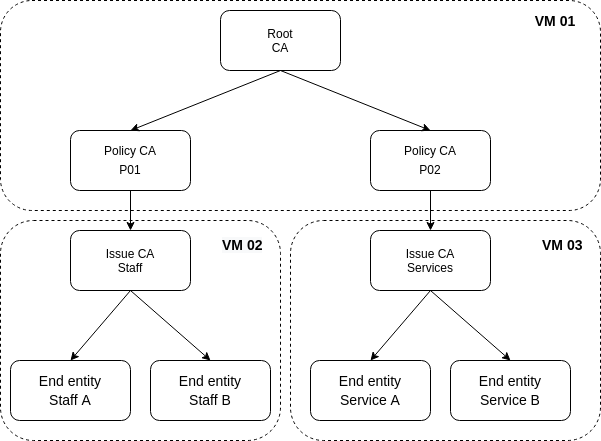
OlafRadicke/play_pki_ca_with_ansible keeps this draw.io diagram as docs/pki-tree.png. Above is the earlier version. Source tidied: cells renumbered, new cells last; positions are measured from the earlier drawing's top-left corner, leaving out a move shared by most shapes.
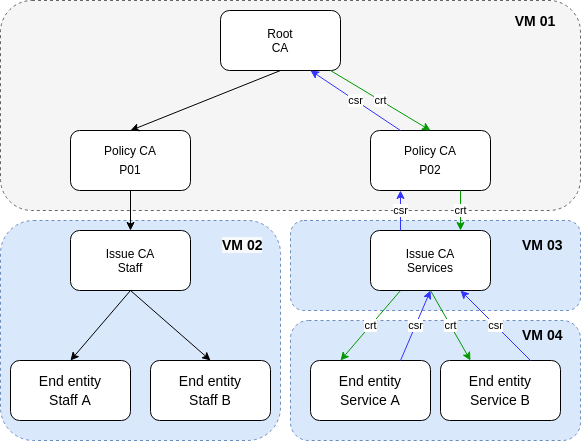
The same file after the commit.

The edit, as a diff of the source:
```diff
@@ -2,14 +2,17 @@
   <root>
     <mxCell id="0" />
     <mxCell id="1" parent="0" />
+    <mxCell id="25" style="rounded=1;whiteSpace=wrap;html=1;dashed=1;fillColor=#dae8fc;strokeColor=#6c8ebf;" parent="1" vertex="1">
+      <mxGeometry x="290" y="320" width="290" height="120" as="geometry" />
+    </mxCell>
-    <mxCell id="2" style="rounded=1;whiteSpace=wrap;html=1;dashed=1;" parent="1" vertex="1">
+    <mxCell id="2" style="rounded=1;whiteSpace=wrap;html=1;dashed=1;fillColor=#dae8fc;strokeColor=#6c8ebf;" parent="1" vertex="1">
       <mxGeometry y="220" width="280" height="220" as="geometry" />
     </mxCell>
-    <mxCell id="3" style="rounded=1;whiteSpace=wrap;html=1;dashed=1;" parent="1" vertex="1">
-      <mxGeometry x="290" y="220" width="310" height="220" as="geometry" />
+    <mxCell id="3" style="rounded=1;whiteSpace=wrap;html=1;dashed=1;fillColor=#dae8fc;strokeColor=#6c8ebf;" parent="1" vertex="1">
+      <mxGeometry x="290" y="220" width="290" height="90" as="geometry" />
     </mxCell>
-    <mxCell id="4" style="rounded=1;whiteSpace=wrap;html=1;dashed=1;" parent="1" vertex="1">
-      <mxGeometry width="600" height="210" as="geometry" />
+    <mxCell id="4" style="rounded=1;whiteSpace=wrap;html=1;dashed=1;fillColor=#f5f5f5;strokeColor=#666666;fontColor=#333333;" parent="1" vertex="1">
+      <mxGeometry width="580" height="210" as="geometry" />
     </mxCell>
     <mxCell id="5" value="Root&lt;br&gt;CA" style="rounded=1;whiteSpace=wrap;html=1;" parent="1" vertex="1">
       <mxGeometry x="220" y="10" width="120" height="60" as="geometry" />
@@ -20,9 +23,6 @@
     <mxCell id="7" value="&lt;div style=&quot;line-height: 19px&quot;&gt;&lt;span style=&quot;background-color: rgb(255 , 255 , 255)&quot;&gt;Policy CA&lt;br&gt;P02&lt;/span&gt;&lt;/div&gt;" style="rounded=1;whiteSpace=wrap;html=1;" parent="1" vertex="1">
       <mxGeometry x="370" y="130" width="120" height="60" as="geometry" />
     </mxCell>
-    <mxCell id="8" style="endArrow=classic;html=1;exitX=0.5;exitY=1;exitDx=0;exitDy=0;entryX=0.5;entryY=0;entryDx=0;entryDy=0;" parent="1" edge="1" source="5" target="7">
-      <mxGeometry relative="1" as="geometry" />
-    </mxCell>
     <mxCell id="9" style="endArrow=classic;html=1;exitX=0.5;exitY=1;exitDx=0;exitDy=0;entryX=0.5;entryY=0;entryDx=0;entryDy=0;" parent="1" edge="1" source="5" target="6">
       <mxGeometry relative="1" as="geometry" />
     </mxCell>
@@ -36,7 +36,7 @@
       <mxGeometry x="310" y="360" width="120" height="60" as="geometry" />
     </mxCell>
     <mxCell id="13" value="&lt;div style=&quot;font-size: 14px ; line-height: 19px&quot;&gt;&lt;span style=&quot;background-color: rgb(255 , 255 , 255)&quot;&gt;End entity&lt;br&gt;Service B&lt;/span&gt;&lt;/div&gt;" style="rounded=1;whiteSpace=wrap;html=1;" parent="1" vertex="1">
-      <mxGeometry x="450" y="360" width="120" height="60" as="geometry" />
+      <mxGeometry x="440" y="360" width="120" height="60" as="geometry" />
     </mxCell>
     <mxCell id="14" style="endArrow=classic;html=1;entryX=0.5;entryY=0;entryDx=0;entryDy=0;exitX=0.5;exitY=1;exitDx=0;exitDy=0;" parent="1" edge="1" source="20" target="11">
       <mxGeometry relative="1" as="geometry" />
@@ -44,18 +44,12 @@
     <mxCell id="15" style="endArrow=classic;html=1;exitX=0.5;exitY=1;exitDx=0;exitDy=0;entryX=0.5;entryY=0;entryDx=0;entryDy=0;" parent="1" edge="1" source="20" target="10">
       <mxGeometry relative="1" as="geometry" />
     </mxCell>
-    <mxCell id="16" style="endArrow=classic;html=1;entryX=0.5;entryY=0;entryDx=0;entryDy=0;exitX=0.5;exitY=1;exitDx=0;exitDy=0;" parent="1" edge="1" source="18" target="12">
+    <mxCell id="16" value="crt" style="endArrow=classic;html=1;entryX=0.25;entryY=0;entryDx=0;entryDy=0;exitX=0.25;exitY=1;exitDx=0;exitDy=0;strokeColor=#009900;" parent="1" edge="1" source="18" target="12">
       <mxGeometry relative="1" as="geometry" />
     </mxCell>
-    <mxCell id="17" style="endArrow=classic;html=1;exitX=0.5;exitY=1;exitDx=0;exitDy=0;entryX=0.5;entryY=0;entryDx=0;entryDy=0;" parent="1" edge="1" source="7" target="18">
-      <mxGeometry relative="1" as="geometry" />
-    </mxCell>
     <mxCell id="18" value="Issue CA&lt;br&gt;Services" style="rounded=1;whiteSpace=wrap;html=1;" parent="1" vertex="1">
       <mxGeometry x="370" y="230" width="120" height="60" as="geometry" />
     </mxCell>
-    <mxCell id="19" style="endArrow=classic;html=1;entryX=0.5;entryY=0;entryDx=0;entryDy=0;exitX=0.5;exitY=1;exitDx=0;exitDy=0;" parent="1" edge="1" source="18" target="13">
-      <mxGeometry relative="1" as="geometry" />
-    </mxCell>
     <mxCell id="20" value="Issue CA&lt;br&gt;Staff" style="rounded=1;whiteSpace=wrap;html=1;" parent="1" vertex="1">
       <mxGeometry x="70" y="230" width="120" height="60" as="geometry" />
     </mxCell>
@@ -65,13 +59,37 @@
       </mxGeometry>
     </mxCell>
     <mxCell id="22" value="&lt;font style=&quot;font-size: 14px&quot;&gt;&lt;b&gt;VM 01&lt;/b&gt;&lt;/font&gt;" style="text;html=1;strokeColor=none;fillColor=none;align=center;verticalAlign=middle;whiteSpace=wrap;rounded=0;dashed=1;" parent="1" vertex="1">
-      <mxGeometry x="520" y="10" width="70" height="20" as="geometry" />
+      <mxGeometry x="500" y="10" width="70" height="20" as="geometry" />
     </mxCell>
     <mxCell id="23" value="&lt;b style=&quot;color: rgb(0 , 0 , 0) ; font-family: &amp;#34;helvetica&amp;#34; ; font-size: 14px ; font-style: normal ; letter-spacing: normal ; text-align: center ; text-indent: 0px ; text-transform: none ; word-spacing: 0px ; background-color: rgb(248 , 249 , 250)&quot;&gt;VM 02&lt;/b&gt;" style="text;whiteSpace=wrap;html=1;" parent="1" vertex="1">
       <mxGeometry x="220" y="230" width="70" height="30" as="geometry" />
     </mxCell>
     <mxCell id="24" value="&lt;div style=&quot;text-align: center&quot;&gt;&lt;font face=&quot;helvetica&quot;&gt;&lt;span style=&quot;font-size: 14px&quot;&gt;&lt;b&gt;VM 03&lt;/b&gt;&lt;/span&gt;&lt;/font&gt;&lt;/div&gt;" style="text;whiteSpace=wrap;html=1;" parent="1" vertex="1">
-      <mxGeometry x="540" y="230" width="50" height="30" as="geometry" />
+      <mxGeometry x="520" y="230" width="50" height="30" as="geometry" />
     </mxCell>
+    <mxCell id="26" value="&lt;div style=&quot;text-align: center&quot;&gt;&lt;font face=&quot;helvetica&quot;&gt;&lt;span style=&quot;font-size: 14px&quot;&gt;&lt;b&gt;VM 04&lt;/b&gt;&lt;/span&gt;&lt;/font&gt;&lt;/div&gt;" style="text;whiteSpace=wrap;html=1;" parent="1" vertex="1">
+      <mxGeometry x="520" y="320" width="50" height="30" as="geometry" />
+    </mxCell>
+    <mxCell id="27" value="csr" style="endArrow=classic;html=1;entryX=0.75;entryY=1;entryDx=0;entryDy=0;exitX=0.75;exitY=0;exitDx=0;exitDy=0;strokeColor=#3333FF;" parent="1" edge="1" source="13" target="18">
+      <mxGeometry relative="1" as="geometry" />
+    </mxCell>
+    <mxCell id="19" value="crt" style="endArrow=classic;html=1;entryX=0.25;entryY=0;entryDx=0;entryDy=0;exitX=0.5;exitY=1;exitDx=0;exitDy=0;strokeColor=#009900;" parent="1" edge="1" source="18" target="13">
+      <mxGeometry relative="1" as="geometry" />
+    </mxCell>
+    <mxCell id="28" value="csr" style="endArrow=classic;html=1;exitX=0.75;exitY=0;exitDx=0;exitDy=0;entryX=0.5;entryY=1;entryDx=0;entryDy=0;strokeColor=#3333FF;" parent="1" edge="1" source="12" target="18">
+      <mxGeometry relative="1" as="geometry" />
+    </mxCell>
+    <mxCell id="17" value="crt" style="endArrow=classic;html=1;entryX=0.75;entryY=0;entryDx=0;entryDy=0;exitX=0.75;exitY=1;exitDx=0;exitDy=0;strokeColor=#009900;" parent="1" edge="1" source="7" target="18">
+      <mxGeometry relative="1" as="geometry" />
+    </mxCell>
+    <mxCell id="29" value="csr" style="endArrow=classic;html=1;entryX=0.25;entryY=1;entryDx=0;entryDy=0;exitX=0.25;exitY=0;exitDx=0;exitDy=0;strokeColor=#3333FF;" parent="1" edge="1" source="18" target="7">
+      <mxGeometry relative="1" as="geometry" />
+    </mxCell>
+    <mxCell id="30" value="csr" style="endArrow=classic;html=1;entryX=0.75;entryY=1;entryDx=0;entryDy=0;exitX=0.25;exitY=0;exitDx=0;exitDy=0;strokeColor=#3333FF;" parent="1" edge="1" source="7" target="5">
+      <mxGeometry relative="1" as="geometry" />
+    </mxCell>
+    <mxCell id="8" value="crt" style="endArrow=classic;html=1;entryX=0.5;entryY=0;entryDx=0;entryDy=0;strokeColor=#009900;" parent="1" edge="1" source="5" target="7">
+      <mxGeometry relative="1" as="geometry" />
+    </mxCell>
   </root>
 </mxGraphModel>
```
